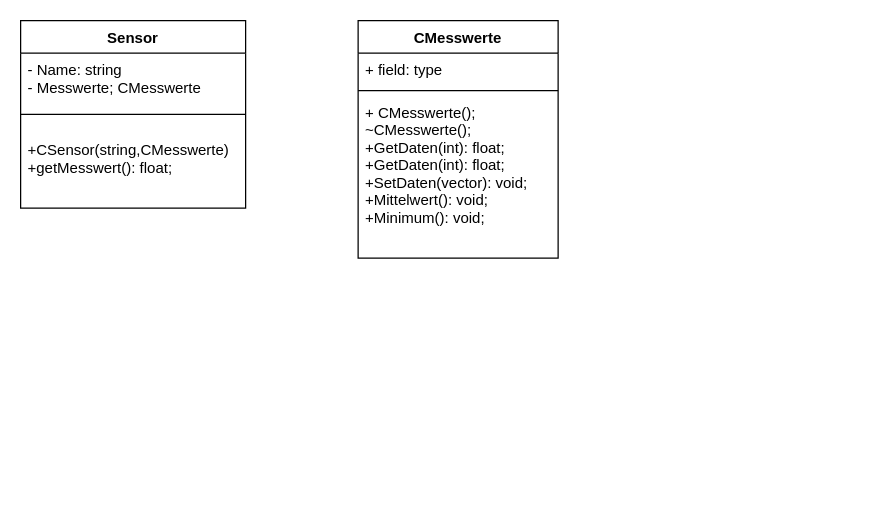
holzwama/Training keeps this draw.io diagram as Untitled Diagram.drawio. Above is the earlier version. Source tidied: cells renumbered, new cells numbered last; positions are measured from the earlier drawing's top-left corner, leaving out a move shared by most shapes. Both pictures are drawn from the tidied source at 125%, with x=0, y=0 at pixel (20, 20).
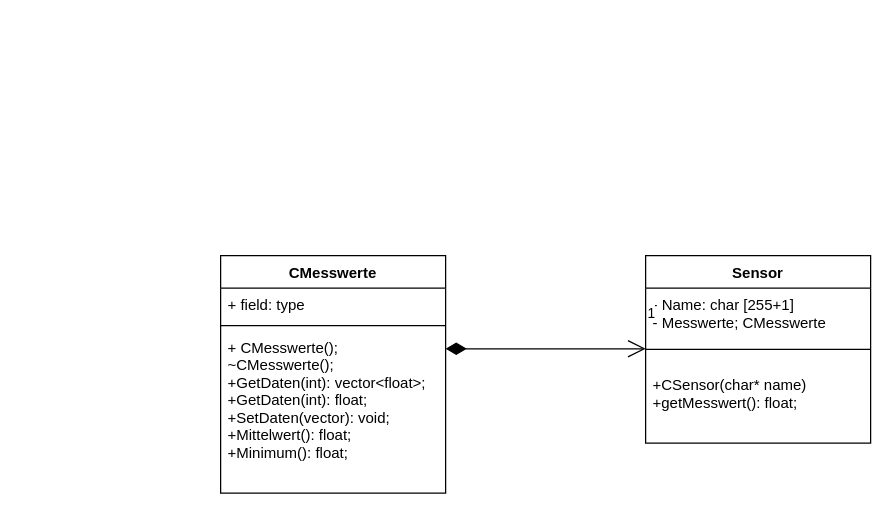
The same diagram, later.

What changed in the source:
```diff
@@
 <mxGraphModel background="#ffffff">
   <root>
     <mxCell id="0" />
     <mxCell id="1" parent="0" />
     <mxCell id="2" value="Sensor" style="swimlane;fontStyle=1;align=center;verticalAlign=top;horizontal=1;startSize=26;" parent="1" vertex="1">
-      <mxGeometry width="180" height="150" as="geometry" />
+      <mxGeometry x="500" y="188" width="180" height="150" as="geometry" />
     </mxCell>
-    <mxCell id="3" value="- Name: string&#10;- Messwerte; CMesswerte&#10;" style="text;strokeColor=none;fillColor=none;align=left;verticalAlign=top;spacingLeft=4;spacingRight=4;overflow=hidden;" parent="2" vertex="1">
+    <mxCell id="3" value="- Name: char [255+1]&#10;- Messwerte; CMesswerte&#10;" style="text;strokeColor=none;fillColor=none;align=left;verticalAlign=top;spacingLeft=4;spacingRight=4;overflow=hidden;" parent="2" vertex="1">
       <mxGeometry y="26" width="180" height="34" as="geometry" />
     </mxCell>
     <mxCell id="4" style="line;strokeWidth=1;fillColor=none;align=left;verticalAlign=middle;spacingTop=-1;spacingLeft=3;spacingRight=3;labelPosition=right;" parent="2" vertex="1">
       <mxGeometry y="60" width="180" height="30" as="geometry" />
     </mxCell>
-    <mxCell id="5" value="+CSensor(string,CMesswerte)&#10;+getMesswert(): float;&#10;" style="text;strokeColor=none;fillColor=none;align=left;verticalAlign=top;spacingLeft=4;spacingRight=4;overflow=hidden;" parent="2" vertex="1">
+    <mxCell id="5" value="+CSensor(char* name)&#10;+getMesswert(): float;&#10;&#10;" style="text;strokeColor=none;fillColor=none;align=left;verticalAlign=top;spacingLeft=4;spacingRight=4;overflow=hidden;" parent="2" vertex="1">
       <mxGeometry y="90" width="180" height="60" as="geometry" />
     </mxCell>
     <mxCell id="6" value="CMesswerte" style="swimlane;fontStyle=1;align=center;verticalAlign=top;horizontal=1;startSize=26;" parent="1" vertex="1">
-      <mxGeometry x="270" width="160" height="190" as="geometry" />
+      <mxGeometry x="160" y="188" width="180" height="190" as="geometry" />
     </mxCell>
     <mxCell id="7" value="+ field: type" style="text;strokeColor=none;fillColor=none;align=left;verticalAlign=top;spacingLeft=4;spacingRight=4;overflow=hidden;" parent="6" vertex="1">
-      <mxGeometry y="26" width="160" height="26" as="geometry" />
+      <mxGeometry y="26" width="180" height="26" as="geometry" />
     </mxCell>
     <mxCell id="8" style="line;strokeWidth=1;fillColor=none;align=left;verticalAlign=middle;spacingTop=-1;spacingLeft=3;spacingRight=3;labelPosition=right;" parent="6" vertex="1">
-      <mxGeometry y="52" width="160" height="8" as="geometry" />
+      <mxGeometry y="52" width="180" height="8" as="geometry" />
     </mxCell>
-    <mxCell id="9" value="+ CMesswerte();&#10;~CMesswerte();&#10;+GetDaten(int): float;&#10;+GetDaten(int): float;&#10;+SetDaten(vector): void;&#10;+Mittelwert(): void;&#10;+Minimum(): void;" style="text;strokeColor=none;fillColor=none;align=left;verticalAlign=top;spacingLeft=4;spacingRight=4;overflow=hidden;" parent="6" vertex="1">
-      <mxGeometry y="60" width="160" height="130" as="geometry" />
+    <mxCell id="9" value="+ CMesswerte();&#10;~CMesswerte();&#10;+GetDaten(int): vector&lt;float&gt;;&#10;+GetDaten(int): float;&#10;+SetDaten(vector): void;&#10;+Mittelwert(): float;&#10;+Minimum(): float;&#10;" style="text;strokeColor=none;fillColor=none;align=left;verticalAlign=top;spacingLeft=4;spacingRight=4;overflow=hidden;" parent="6" vertex="1">
+      <mxGeometry y="60" width="180" height="130" as="geometry" />
     </mxCell>
+    <mxCell id="10" value="1" style="endArrow=open;html=1;endSize=12;startArrow=diamondThin;startSize=14;startFill=1;edgeStyle=orthogonalEdgeStyle;align=left;verticalAlign=bottom;" parent="1" edge="1">
+      <mxGeometry x="1" y="20" relative="1" as="geometry">
+        <mxPoint x="340" y="262.5" as="sourcePoint" />
+        <mxPoint x="500" y="262.5" as="targetPoint" />
+        <Array as="points">
+          <mxPoint x="410" y="263" />
+          <mxPoint x="410" y="263" />
+        </Array>
+      </mxGeometry>
+    </mxCell>
   </root>
 </mxGraphModel>
```
